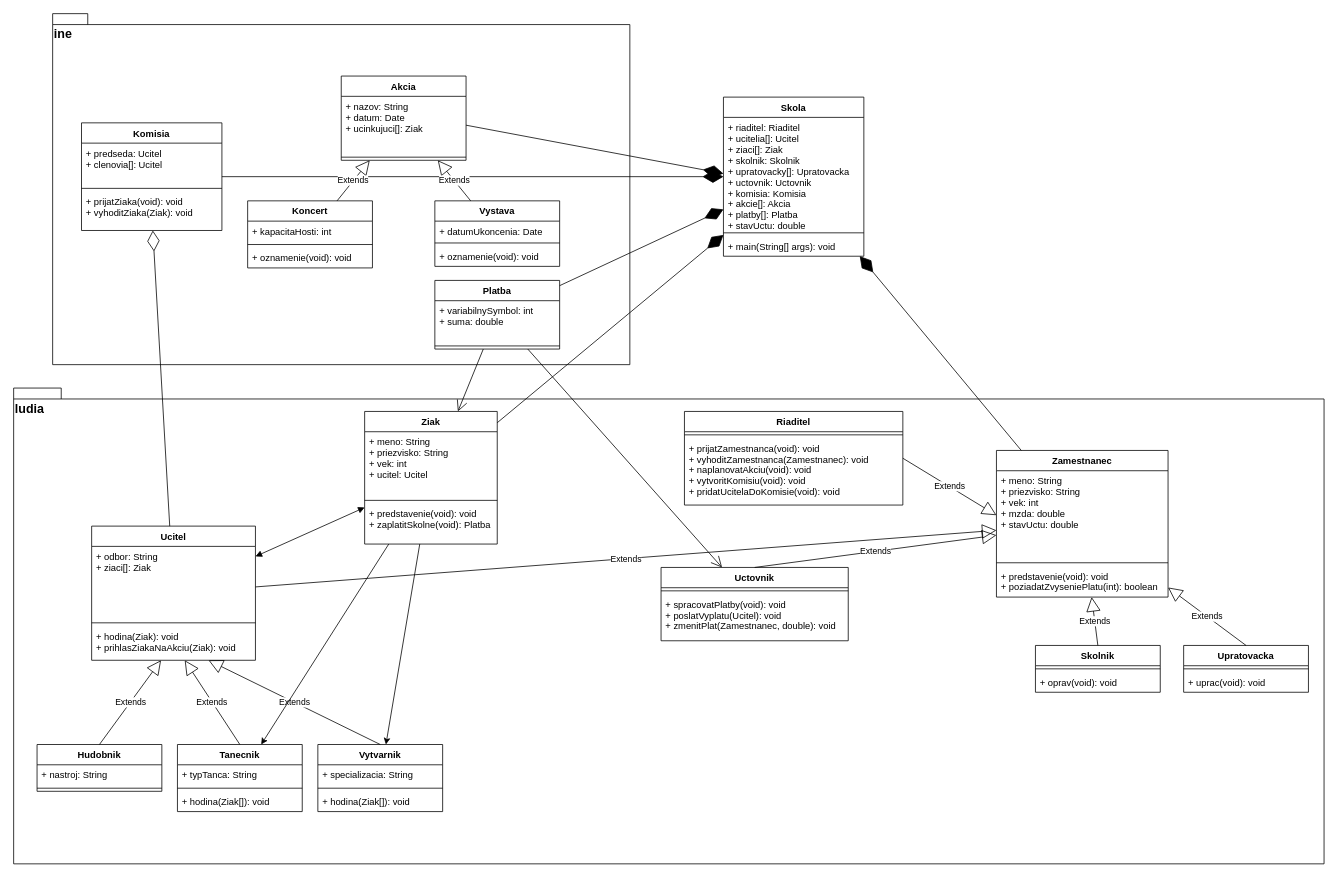
This is Untitled Diagram.drawio from okmada123/draw.io, a draw.io file, before an edit. Source tidied: cells renumbered, new cells numbered last; positions are measured from the earlier drawing's top-left corner, leaving out a move shared by most shapes. Both pictures are drawn from the tidied source at 78%, with x=0, y=0 at pixel (13, 13).
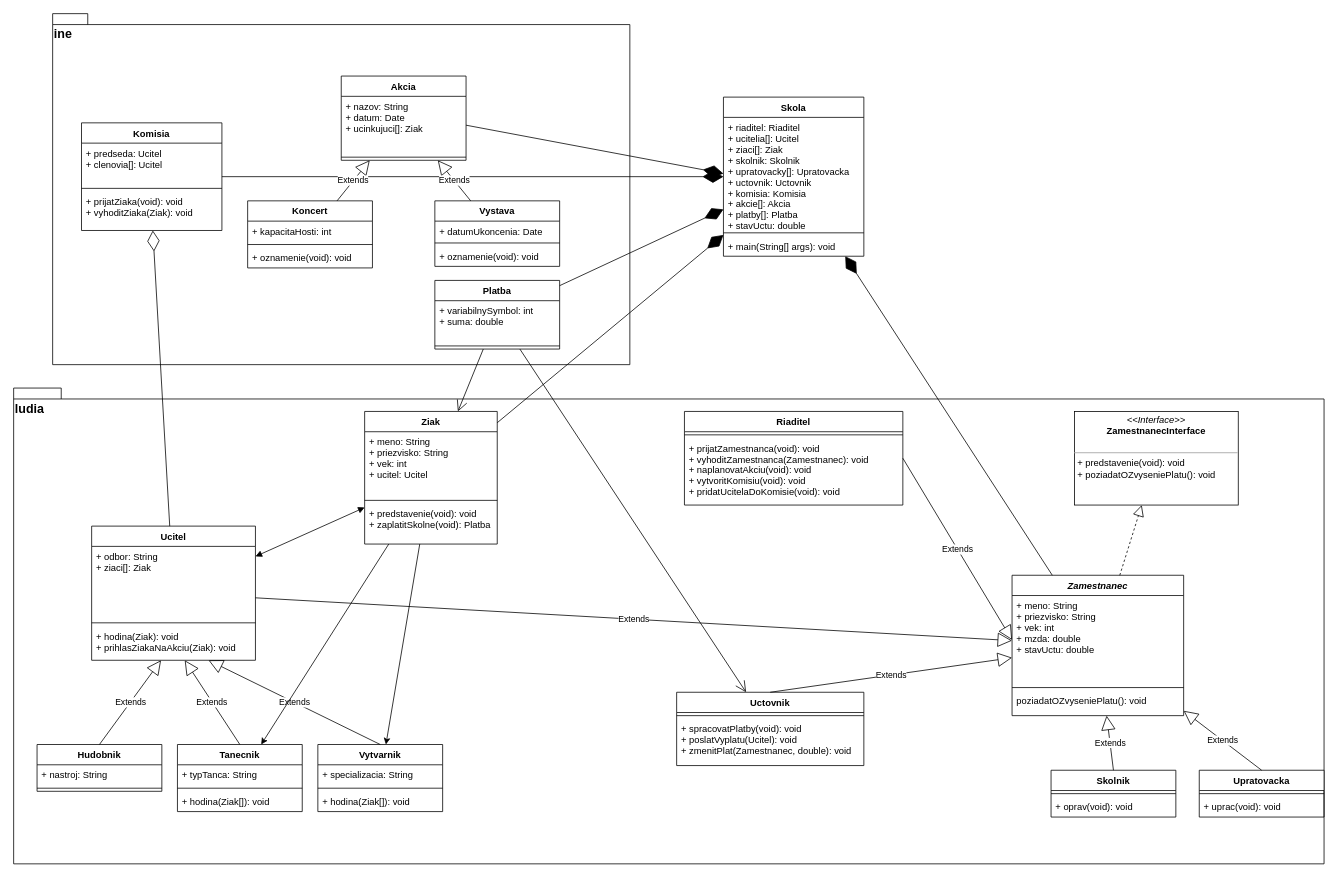
The same page after the edit.

Diff of the diagram source:
```diff
@@
-    <mxCell id="11" value="Zamestnanec" style="swimlane;fontStyle=1;align=center;verticalAlign=top;horizontal=1;startSize=26;" parent="1" vertex="1">
-      <mxGeometry x="1260" y="560" width="220" height="188" as="geometry" />
+    <mxCell id="11" value="Zamestnanec" style="swimlane;fontStyle=3;align=center;verticalAlign=top;horizontal=1;startSize=26;" parent="1" vertex="1">
+      <mxGeometry x="1280" y="720" width="220" height="180" as="geometry" />
     </mxCell>
@@
-    <mxCell id="14" value="+ predstavenie(void): void&#10;+ poziadatZvyseniePlatu(int): boolean" style="text;strokeColor=none;fillColor=none;align=left;verticalAlign=top;spacingLeft=4;spacingRight=4;overflow=hidden;" parent="11" vertex="1">
-      <mxGeometry y="148" width="220" height="40" as="geometry" />
+    <mxCell id="14" value="poziadatOZvyseniePlatu(): void" style="text;strokeColor=none;fillColor=none;align=left;verticalAlign=top;spacingLeft=4;spacingRight=4;overflow=hidden;" parent="11" vertex="1">
+      <mxGeometry y="148" width="220" height="32" as="geometry" />
     </mxCell>
     <mxCell id="15" value="Skolnik" style="swimlane;fontStyle=1;align=center;verticalAlign=top;horizontal=1;startSize=26;" parent="1" vertex="1">
-      <mxGeometry x="1310" y="810" width="160" height="60" as="geometry" />
+      <mxGeometry x="1330" y="970" width="160" height="60" as="geometry" />
     </mxCell>
@@
     <mxCell id="18" value="Upratovacka" style="swimlane;fontStyle=1;align=center;verticalAlign=top;horizontal=1;startSize=26;" parent="1" vertex="1">
-      <mxGeometry x="1500" y="810" width="160" height="60" as="geometry" />
+      <mxGeometry x="1520" y="970" width="160" height="60" as="geometry" />
     </mxCell>
@@
     <mxCell id="21" value="Uctovnik" style="swimlane;fontStyle=1;align=center;verticalAlign=top;horizontal=1;startSize=26;" parent="1" vertex="1">
-      <mxGeometry x="830" y="710" width="240" height="94" as="geometry" />
+      <mxGeometry x="850" y="870" width="240" height="94" as="geometry" />
     </mxCell>
@@
+    <mxCell id="82" value="&lt;p style=&quot;margin: 0px ; margin-top: 4px ; text-align: center&quot;&gt;&lt;i&gt;&amp;lt;&amp;lt;Interface&amp;gt;&amp;gt;&lt;/i&gt;&lt;br&gt;&lt;b&gt;ZamestnanecInterface&lt;/b&gt;&lt;/p&gt;&lt;p style=&quot;margin: 0px ; margin-left: 4px&quot;&gt;&lt;br&gt;&lt;/p&gt;&lt;hr size=&quot;1&quot;&gt;&lt;p style=&quot;margin: 0px ; margin-left: 4px&quot;&gt;+ predstavenie(void): void&lt;br&gt;+ poziadatOZvyseniePlatu(): void&lt;/p&gt;" style="verticalAlign=top;align=left;overflow=fill;fontSize=12;fontFamily=Helvetica;html=1;" parent="1" vertex="1">
+      <mxGeometry x="1360" y="510" width="210" height="120" as="geometry" />
+    </mxCell>
+    <mxCell id="83" style="endArrow=block;dashed=1;endFill=0;endSize=12;html=1;fontSize=16;" parent="1" edge="1" source="11" target="82">
+      <mxGeometry relative="1" as="geometry" />
+    </mxCell>
```
